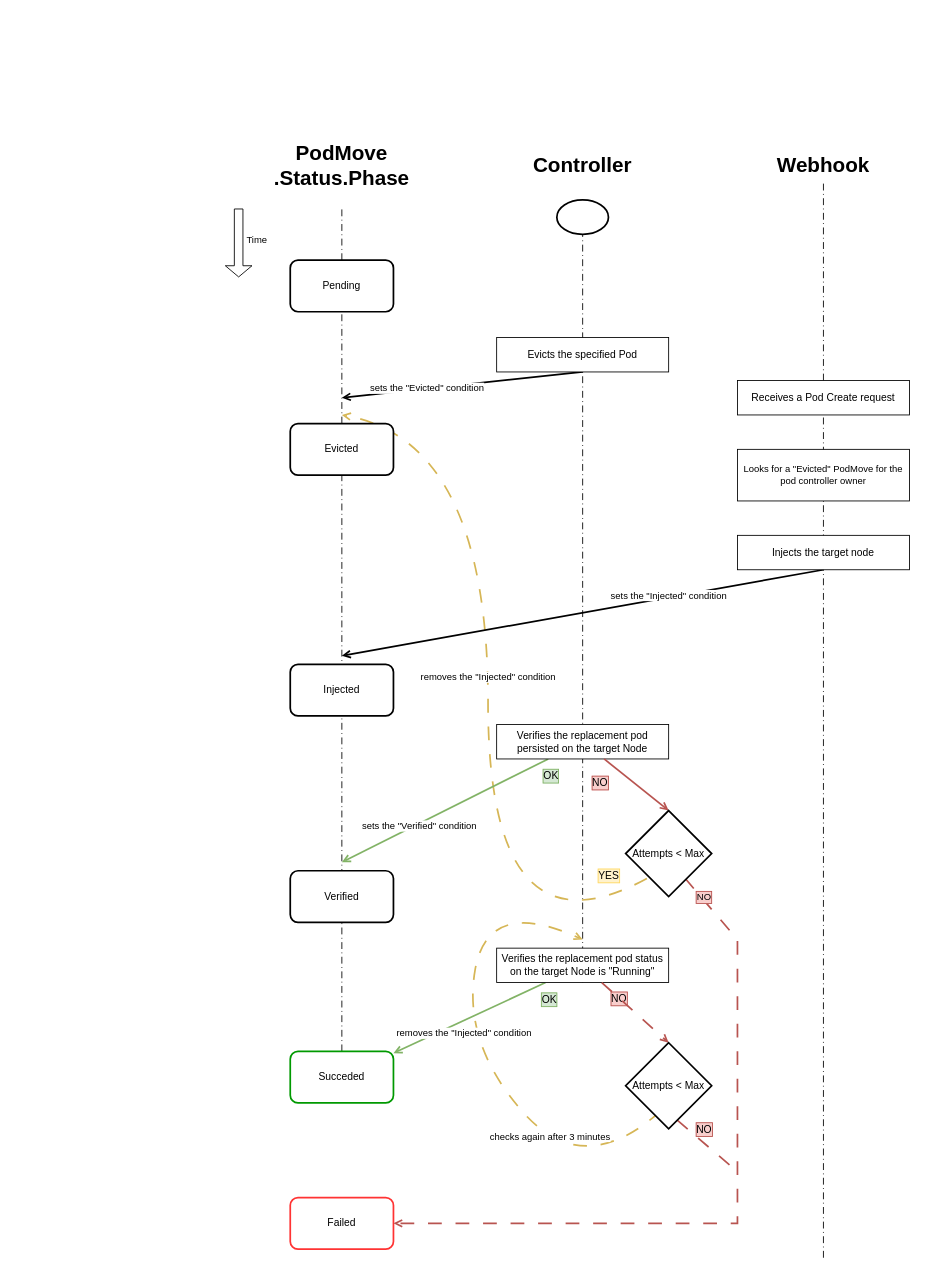
Above: notes/timeline.drawio in andreabuon/podtetris (draw.io), before the change. Source tidied: cells renumbered, new cells numbered last; positions are measured from the earlier drawing's top-left corner, leaving out a move shared by most shapes. Both pictures are drawn from the tidied source at 86%, with x=0, y=0 at pixel (238, 148).
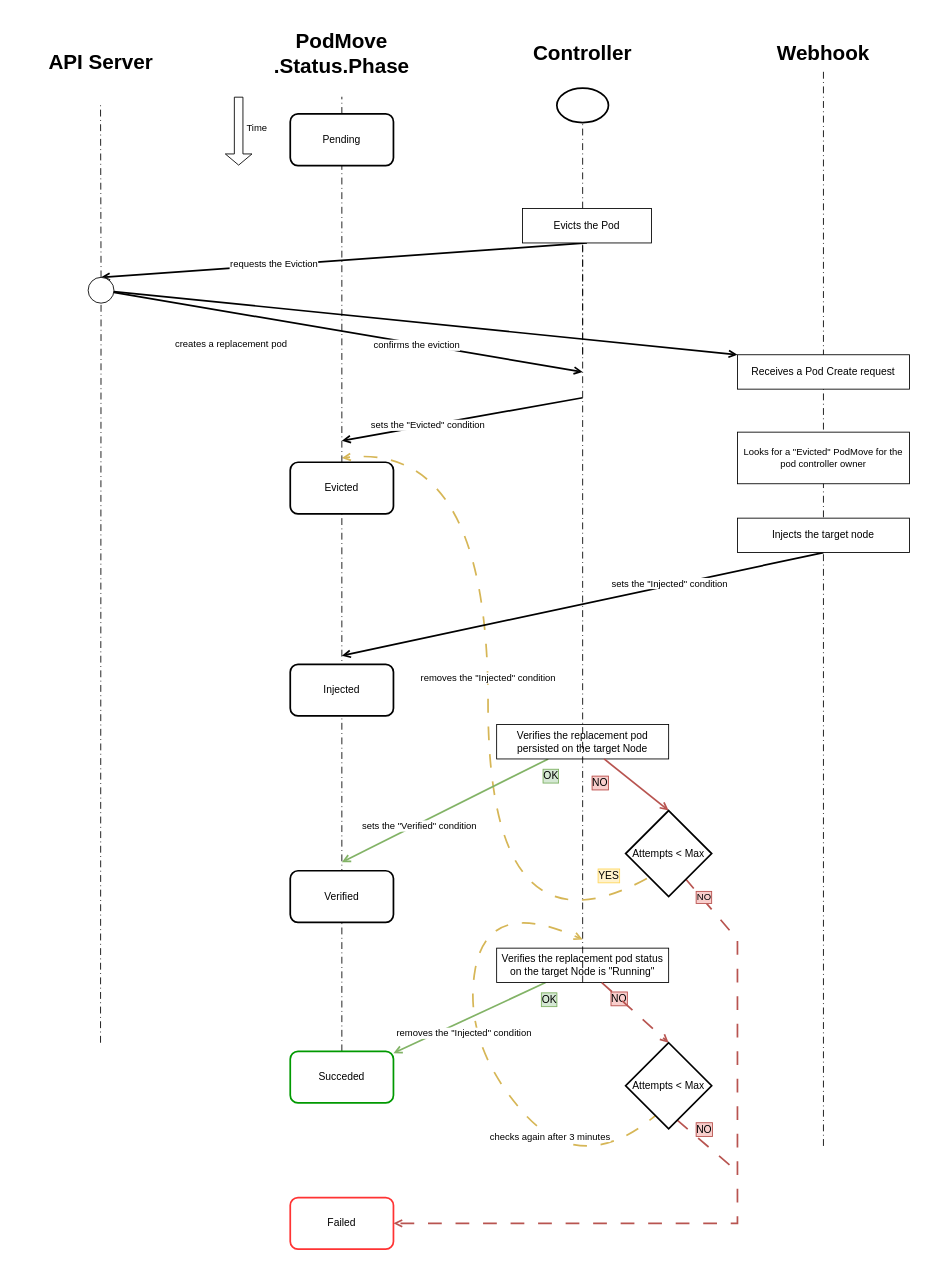
Above is the later version.

Commit message (it also covers changes not shown here):
docs(timelines): add api server to normal timeline, add evicting condition, fix geometry/anchors in all diagrams, imprpvoe clarity crash

Unchanged cells that the change refers to:
```xml
<mxCell id="29" value="Verifies the replacement pod status on the target Node is &quot;Running&quot;" style="rounded=0;whiteSpace=wrap;html=1;" parent="1" vertex="1">
  <mxGeometry x="300" y="930" width="200" height="40" as="geometry" />
</mxCell>
<mxCell id="38" value="Attempts &amp;lt; Max" style="strokeWidth=2;html=1;shape=mxgraph.flowchart.decision;whiteSpace=wrap;" parent="1" vertex="1">
  <mxGeometry x="450" y="770" width="100" height="100" as="geometry" />
</mxCell>
```

The edit, as a diff of the source:
```diff
@@
-    <mxCell id="2" style="endArrow=none;html=1;rounded=0;dashed=1;dashPattern=8 4 1 4;exitX=0.5;exitY=1;exitDx=0;exitDy=0;" parent="1" edge="1" source="29" target="39">
-      <mxGeometry relative="1" as="geometry" />
+    <mxCell id="2" style="endArrow=none;html=1;rounded=0;dashed=1;dashPattern=8 4 1 4;exitX=0.5;exitY=1;exitDx=0;exitDy=0;" parent="1" edge="1" target="39">
+      <mxGeometry relative="1" as="geometry">
+        <mxPoint x="400" y="240" as="sourcePoint" />
+      </mxGeometry>
     </mxCell>
     <mxCell id="3" style="endArrow=open;html=1;rounded=0;strokeWidth=2;endFill=0;fillColor=#fff2cc;strokeColor=#d6b656;dashed=1;dashPattern=8 8;curved=1;exitX=0.247;exitY=0.79;exitDx=0;exitDy=0;exitPerimeter=0;" parent="1" edge="1" source="38">
       <mxGeometry relative="1" as="geometry">
-        <mxPoint x="120" y="310" as="targetPoint" />
+        <mxPoint x="120" y="360" as="targetPoint" />
         <Array as="points">
           <mxPoint x="290" y="950" />
           <mxPoint x="290" y="340" />
         </Array>
       </mxGeometry>
     </mxCell>
@@
     <mxCell id="6" value="Evicted" style="rounded=1;whiteSpace=wrap;html=1;strokeWidth=2;" parent="1" vertex="1">
-      <mxGeometry x="60" y="320" width="120" height="60" as="geometry" />
+      <mxGeometry x="60" y="365" width="120" height="60" as="geometry" />
     </mxCell>
     <mxCell id="7" style="endArrow=none;html=1;rounded=0;dashed=1;dashPattern=8 4 1 4;entryX=0.5;entryY=1;entryDx=0;entryDy=0;" parent="1" edge="1" target="19">
       <mxGeometry relative="1" as="geometry">
-        <mxPoint x="680" y="1290" as="sourcePoint" />
+        <mxPoint x="680" y="1160" as="sourcePoint" />
       </mxGeometry>
     </mxCell>
     <mxCell id="8" style="endArrow=none;html=1;rounded=0;dashed=1;dashPattern=8 4 1 4;" parent="1" edge="1" source="31">
       <mxGeometry relative="1" as="geometry">
-        <mxPoint x="120" y="70" as="targetPoint" />
+        <mxPoint x="120" y="-60" as="targetPoint" />
       </mxGeometry>
     </mxCell>
@@
     <mxCell id="10" value="&lt;h1&gt;PodMove .Status.Phase&lt;/h1&gt;" style="text;html=1;whiteSpace=wrap;strokeColor=none;fillColor=none;align=center;verticalAlign=middle;rounded=0;fontSize=12;fontStyle=0;fontFamily=Helvetica;textShadow=0;labelBorderColor=none;" parent="1" vertex="1">
-      <mxGeometry x="20" width="200" height="40" as="geometry" />
+      <mxGeometry x="20" y="-130" width="200" height="40" as="geometry" />
     </mxCell>
@@
-    <mxCell id="14" style="endArrow=open;html=1;rounded=0;exitX=0.5;exitY=1;exitDx=0;exitDy=0;strokeWidth=2;endFill=0;" parent="1" edge="1" source="21">
-      <mxGeometry relative="1" as="geometry">
-        <mxPoint x="120" y="290" as="targetPoint" />
-      </mxGeometry>
+    <mxCell id="14" style="endArrow=open;html=1;rounded=0;exitX=0.5;exitY=1;exitDx=0;exitDy=0;strokeWidth=2;endFill=0;entryX=0.5;entryY=0;entryDx=0;entryDy=0;" parent="1" edge="1" source="21" target="60">
+      <mxGeometry relative="1" as="geometry" />
     </mxCell>
-    <mxCell id="15" value="sets the &quot;Evicted&quot; condition" style="edgeLabel;html=1;align=center;verticalAlign=middle;" parent="14" vertex="1">
+    <mxCell id="15" value="requests the Eviction" style="edgeLabel;html=1;align=center;verticalAlign=middle;" parent="14" vertex="1">
       <mxGeometry x="0.29" y="-1" relative="1" as="geometry" />
     </mxCell>
@@
     <mxCell id="18" value="&lt;h1&gt;Controller&lt;/h1&gt;" style="text;html=1;whiteSpace=wrap;strokeColor=none;fillColor=none;align=center;verticalAlign=middle;rounded=0;fontStyle=0;fontSize=12;fontFamily=Helvetica;textShadow=0;labelBorderColor=none;" parent="1" vertex="1">
-      <mxGeometry x="300" width="200" height="40" as="geometry" />
+      <mxGeometry x="300" y="-130" width="200" height="40" as="geometry" />
     </mxCell>
     <mxCell id="19" value="&lt;h1&gt;Webhook&lt;/h1&gt;" style="text;html=1;whiteSpace=wrap;strokeColor=none;fillColor=none;align=center;verticalAlign=middle;rounded=0;fontStyle=0;fontSize=12;fontFamily=Helvetica;textShadow=0;labelBorderColor=none;" parent="1" vertex="1">
-      <mxGeometry x="580" width="200" height="40" as="geometry" />
+      <mxGeometry x="580" y="-130" width="200" height="40" as="geometry" />
     </mxCell>
@@
-    <mxCell id="21" value="Evicts the specified Pod" style="rounded=0;whiteSpace=wrap;html=1;" parent="1" vertex="1">
-      <mxGeometry x="300" y="220" width="200" height="40" as="geometry" />
-    </mxCell>
     <mxCell id="22" value="Receives a Pod Create request" style="rounded=0;whiteSpace=wrap;html=1;" parent="1" vertex="1">
-      <mxGeometry x="580" y="270" width="200" height="40" as="geometry" />
+      <mxGeometry x="580" y="240" width="200" height="40" as="geometry" />
     </mxCell>
     <mxCell id="23" value="Looks for a &quot;Evicted&quot; PodMove for the pod controller owner" style="rounded=0;whiteSpace=wrap;html=1;fontSize=11;" parent="1" vertex="1">
-      <mxGeometry x="580" y="350" width="200" height="60" as="geometry" />
+      <mxGeometry x="580" y="330" width="200" height="60" as="geometry" />
     </mxCell>
     <mxCell id="24" value="Injects the target node" style="rounded=0;whiteSpace=wrap;html=1;" parent="1" vertex="1">
-      <mxGeometry x="580" y="450" width="200" height="40" as="geometry" />
+      <mxGeometry x="580" y="430" width="200" height="40" as="geometry" />
     </mxCell>
@@
     <mxCell id="31" value="Pending" style="rounded=1;whiteSpace=wrap;html=1;strokeWidth=2;" parent="1" vertex="1">
-      <mxGeometry x="60" y="130" width="120" height="60" as="geometry" />
+      <mxGeometry x="60" y="-40" width="120" height="60" as="geometry" />
     </mxCell>
@@
     <mxCell id="39" style="strokeWidth=2;html=1;shape=mxgraph.flowchart.start_1;whiteSpace=wrap;" parent="1" vertex="1">
-      <mxGeometry x="370" y="60" width="60" height="40" as="geometry" />
+      <mxGeometry x="370" y="-70" width="60" height="40" as="geometry" />
     </mxCell>
@@
     <mxCell id="47" style="shape=flexArrow;endArrow=classic;html=1;rounded=0;strokeWidth=1;startSize=4;endSize=4;" parent="1" edge="1">
       <mxGeometry relative="1" as="geometry">
-        <mxPoint y="70" as="sourcePoint" />
-        <mxPoint y="150" as="targetPoint" />
+        <mxPoint y="-60" as="sourcePoint" />
+        <mxPoint y="20" as="targetPoint" />
       </mxGeometry>
     </mxCell>
@@
+    <mxCell id="50" value="&lt;h1&gt;API Server&lt;/h1&gt;" style="text;html=1;whiteSpace=wrap;strokeColor=none;fillColor=none;align=center;verticalAlign=middle;rounded=0;fontStyle=0;fontSize=12;fontFamily=Helvetica;textShadow=0;labelBorderColor=none;" parent="1" vertex="1">
+      <mxGeometry x="-260" y="-120" width="200" height="40" as="geometry" />
+    </mxCell>
+    <mxCell id="51" style="endArrow=none;html=1;rounded=0;dashed=1;dashPattern=8 4 1 4;entryX=0.5;entryY=1;entryDx=0;entryDy=0;" parent="1" edge="1" source="60">
+      <mxGeometry relative="1" as="geometry">
+        <mxPoint x="-160.6" y="-50" as="targetPoint" />
+      </mxGeometry>
+    </mxCell>
+    <mxCell id="52" style="endArrow=open;html=1;rounded=0;strokeWidth=2;endFill=0;" parent="1" edge="1" source="60">
+      <mxGeometry relative="1" as="geometry">
+        <mxPoint x="400" y="260" as="targetPoint" />
+      </mxGeometry>
+    </mxCell>
+    <mxCell id="53" value="confirms the eviction" style="edgeLabel;html=1;align=center;verticalAlign=middle;" parent="52" vertex="1">
+      <mxGeometry x="0.29" y="-1" relative="1" as="geometry" />
+    </mxCell>
+    <mxCell id="54" style="endArrow=open;html=1;rounded=0;strokeWidth=2;endFill=0;" parent="1" edge="1">
+      <mxGeometry relative="1" as="geometry">
+        <mxPoint x="400" y="290" as="sourcePoint" />
+        <mxPoint x="120" y="340" as="targetPoint" />
+      </mxGeometry>
+    </mxCell>
+    <mxCell id="55" value="sets the &quot;Evicted&quot; condition" style="edgeLabel;html=1;align=center;verticalAlign=middle;" parent="54" vertex="1">
+      <mxGeometry x="0.29" y="-1" relative="1" as="geometry" />
+    </mxCell>
+    <mxCell id="56" style="endArrow=none;html=1;rounded=0;dashed=1;dashPattern=8 4 1 4;exitX=0.5;exitY=1;exitDx=0;exitDy=0;" parent="1" edge="1" source="29">
+      <mxGeometry relative="1" as="geometry">
+        <mxPoint x="400" y="80" as="targetPoint" />
+      </mxGeometry>
+    </mxCell>
+    <mxCell id="21" value="Evicts the Pod" style="rounded=0;whiteSpace=wrap;html=1;" parent="1" vertex="1">
+      <mxGeometry x="330" y="70" width="150" height="40" as="geometry" />
+    </mxCell>
+    <mxCell id="57" style="endArrow=open;html=1;rounded=0;strokeWidth=2;endFill=0;entryX=0;entryY=0;entryDx=0;entryDy=0;" parent="1" edge="1" source="60" target="22">
+      <mxGeometry relative="1" as="geometry" />
+    </mxCell>
+    <mxCell id="58" value="creates a replacement pod" style="edgeLabel;html=1;align=center;verticalAlign=middle;" parent="57" vertex="1">
+      <mxGeometry x="0.29" y="-1" relative="1" as="geometry">
+        <mxPoint x="-332" y="12" as="offset" />
+      </mxGeometry>
+    </mxCell>
+    <mxCell id="59" style="endArrow=none;html=1;rounded=0;dashed=1;dashPattern=8 4 1 4;entryX=0.5;entryY=1;entryDx=0;entryDy=0;" parent="1" edge="1" target="60">
+      <mxGeometry relative="1" as="geometry">
+        <mxPoint x="-160.6" y="1040" as="sourcePoint" />
+      </mxGeometry>
+    </mxCell>
+    <mxCell id="60" style="ellipse;whiteSpace=wrap;html=1;shapeInside=1;" parent="1" vertex="1">
+      <mxGeometry x="-175" y="150" width="30" height="30" as="geometry" />
+    </mxCell>
```
